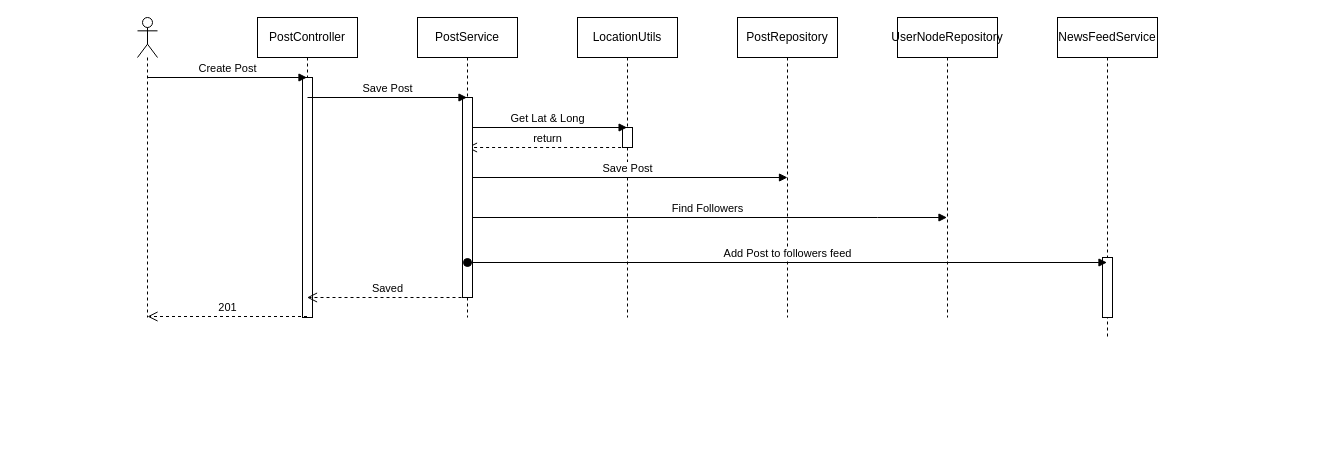
Earlier version of the draw.io diagram page "Sequence-Create-Post" (3 of 5) of docs/News-Feed.drawio (JatinDholakia/News-Feed). Source tidied: cells renumbered, new cells numbered last; positions are measured from the earlier drawing's top-left corner, leaving out a move shared by most shapes. Both pictures are drawn from the tidied source at 100%, with x=0, y=0 at pixel (137, 17).
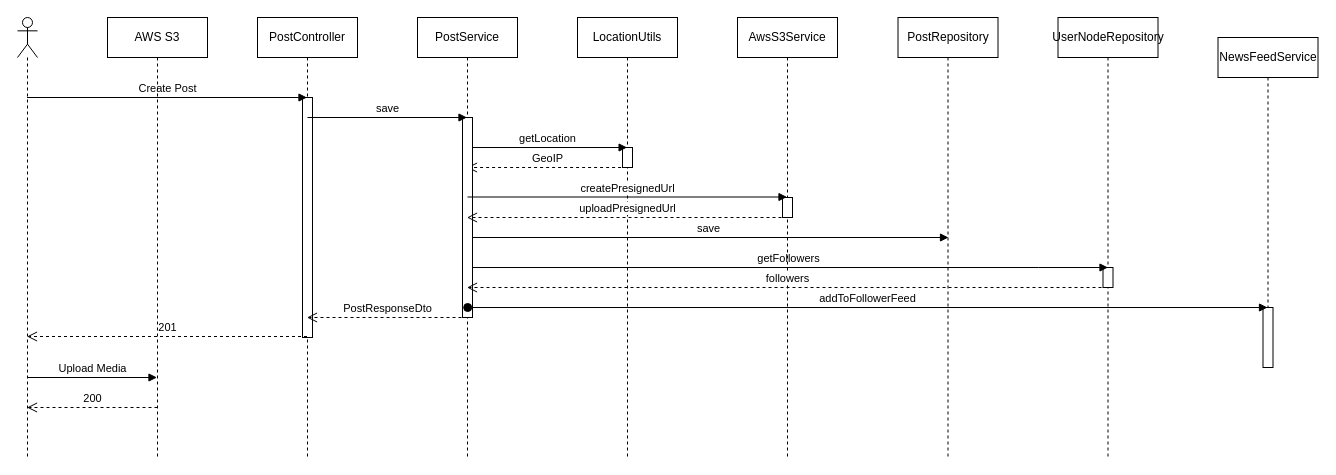
Above is the later version.

What changed in the source:
```diff
@@
     <mxCell id="2" style="shape=umlLifeline;perimeter=lifelinePerimeter;whiteSpace=wrap;html=1;outlineConnect=0;portConstraint=eastwest;newEdgeStyle={&quot;curved&quot;:0,&quot;rounded&quot;:0};participant=umlActor;" parent="1" vertex="1">
-      <mxGeometry width="20" height="300" as="geometry" />
+      <mxGeometry x="-120" width="20" height="440" as="geometry" />
     </mxCell>
     <mxCell id="3" value="PostController" style="shape=umlLifeline;perimeter=lifelinePerimeter;whiteSpace=wrap;html=1;outlineConnect=0;portConstraint=eastwest;newEdgeStyle={&quot;curved&quot;:0,&quot;rounded&quot;:0};" parent="1" vertex="1">
-      <mxGeometry x="120" width="100" height="300" as="geometry" />
+      <mxGeometry x="120" width="100" height="440" as="geometry" />
     </mxCell>
     <mxCell id="4" style="html=1;perimeter=orthogonalPerimeter;targetShapes=umlLifeline;newEdgeStyle={&quot;curved&quot;:0,&quot;rounded&quot;:0};" parent="3" vertex="1">
-      <mxGeometry x="45" y="60" width="10" height="240" as="geometry" />
+      <mxGeometry x="45" y="80" width="10" height="240" as="geometry" />
     </mxCell>
     <mxCell id="5" value="LocationUtils" style="shape=umlLifeline;perimeter=lifelinePerimeter;whiteSpace=wrap;html=1;newEdgeStyle={&quot;curved&quot;:0,&quot;rounded&quot;:0};" parent="1" vertex="1">
-      <mxGeometry x="440" width="100" height="300" as="geometry" />
+      <mxGeometry x="440" width="100" height="440" as="geometry" />
     </mxCell>
     <mxCell id="6" style="html=1;perimeter=orthogonalPerimeter;targetShapes=umlLifeline;newEdgeStyle={&quot;curved&quot;:0,&quot;rounded&quot;:0};" parent="5" vertex="1">
-      <mxGeometry x="45" y="110" width="10" height="20" as="geometry" />
+      <mxGeometry x="45" y="130" width="10" height="20" as="geometry" />
     </mxCell>
     <mxCell id="7" value="PostRepository" style="shape=umlLifeline;perimeter=lifelinePerimeter;whiteSpace=wrap;html=1;newEdgeStyle={&quot;curved&quot;:0,&quot;rounded&quot;:0};" parent="1" vertex="1">
-      <mxGeometry x="600" width="100" height="300" as="geometry" />
+      <mxGeometry x="760.5" width="100" height="440" as="geometry" />
     </mxCell>
-    <mxCell id="8" value="Create Post" style="html=1;verticalAlign=bottom;endArrow=block;curved=0;rounded=0;" parent="1" edge="1">
+    <mxCell id="8" value="Create Post" style="html=1;verticalAlign=bottom;endArrow=block;curved=0;rounded=0;" parent="1" edge="1" source="2">
       <mxGeometry relative="1" as="geometry">
-        <mxPoint x="10" y="60" as="sourcePoint" />
-        <mxPoint x="169.5" y="60" as="targetPoint" />
+        <mxPoint x="169.5" y="80" as="targetPoint" />
       </mxGeometry>
     </mxCell>
-    <mxCell id="9" value="Get Lat &amp;amp; Long" style="html=1;verticalAlign=bottom;endArrow=block;curved=0;rounded=0;" parent="1" edge="1" source="14">
+    <mxCell id="9" value="getLocation" style="html=1;verticalAlign=bottom;endArrow=block;curved=0;rounded=0;" parent="1" edge="1">
       <mxGeometry relative="1" as="geometry">
-        <mxPoint x="489.6" y="110" as="targetPoint" />
+        <mxPoint x="329.5" y="130" as="sourcePoint" />
+        <mxPoint x="489.6" y="130" as="targetPoint" />
       </mxGeometry>
     </mxCell>
-    <mxCell id="10" value="return" style="html=1;verticalAlign=bottom;endArrow=open;dashed=1;endSize=8;curved=0;rounded=0;" parent="1" edge="1" target="14">
+    <mxCell id="10" value="GeoIP" style="html=1;verticalAlign=bottom;endArrow=open;dashed=1;endSize=8;curved=0;rounded=0;" parent="1" edge="1">
       <mxGeometry relative="1" as="geometry">
-        <mxPoint x="489.6" y="130" as="sourcePoint" />
+        <mxPoint x="489.6" y="150" as="sourcePoint" />
+        <mxPoint x="329.5" y="150" as="targetPoint" />
       </mxGeometry>
     </mxCell>
-    <mxCell id="11" value="Save Post" style="html=1;verticalAlign=bottom;endArrow=block;curved=0;rounded=0;" parent="1" edge="1">
+    <mxCell id="11" value="save" style="html=1;verticalAlign=bottom;endArrow=block;curved=0;rounded=0;" parent="1" edge="1">
       <mxGeometry relative="1" as="geometry">
-        <mxPoint x="330" y="160" as="sourcePoint" />
-        <mxPoint x="650" y="160" as="targetPoint" />
+        <mxPoint x="329.5" y="220" as="sourcePoint" />
+        <mxPoint x="811" y="220" as="targetPoint" />
       </mxGeometry>
     </mxCell>
     <mxCell id="12" value="UserNodeRepository" style="shape=umlLifeline;perimeter=lifelinePerimeter;whiteSpace=wrap;html=1;newEdgeStyle={&quot;curved&quot;:0,&quot;rounded&quot;:0};" parent="1" vertex="1">
-      <mxGeometry x="760" width="100" height="300" as="geometry" />
+      <mxGeometry x="920.5" width="100" height="440" as="geometry" />
     </mxCell>
+    <mxCell id="22" style="html=1;perimeter=orthogonalPerimeter;targetShapes=umlLifeline;newEdgeStyle={&quot;curved&quot;:0,&quot;rounded&quot;:0};" parent="12" vertex="1">
+      <mxGeometry x="45" y="250" width="10" height="20" as="geometry" />
+    </mxCell>
-    <mxCell id="13" value="Find Followers" style="html=1;verticalAlign=bottom;endArrow=block;curved=0;rounded=0;" parent="1" edge="1">
+    <mxCell id="13" value="getFollowers" style="html=1;verticalAlign=bottom;endArrow=block;curved=0;rounded=0;" parent="1" edge="1">
       <mxGeometry relative="1" as="geometry">
-        <mxPoint x="329.5" y="200" as="sourcePoint" />
-        <mxPoint x="809.5" y="200" as="targetPoint" />
+        <mxPoint x="329.5" y="250" as="sourcePoint" />
+        <mxPoint x="970.5" y="250" as="targetPoint" />
         <Array as="points">
-          <mxPoint x="740" y="200" />
+          <mxPoint x="901" y="250" />
         </Array>
       </mxGeometry>
     </mxCell>
     <mxCell id="14" value="PostService" style="shape=umlLifeline;perimeter=lifelinePerimeter;whiteSpace=wrap;html=1;outlineConnect=0;portConstraint=eastwest;newEdgeStyle={&quot;curved&quot;:0,&quot;rounded&quot;:0};" parent="1" vertex="1">
-      <mxGeometry x="280" width="100" height="300" as="geometry" />
+      <mxGeometry x="280" width="100" height="440" as="geometry" />
     </mxCell>
-    <mxCell id="15" style="html=1;perimeter=orthogonalPerimeter;targetShapes=umlLifeline;newEdgeStyle={&quot;curved&quot;:0,&quot;rounded&quot;:0};" parent="14" vertex="1">
-      <mxGeometry x="45" y="80" width="10" height="200" as="geometry" />
-    </mxCell>
+    <mxCell id="23" style="html=1;perimeter=orthogonalPerimeter;targetShapes=umlLifeline;newEdgeStyle={&quot;curved&quot;:0,&quot;rounded&quot;:0};" parent="14" vertex="1">
+      <mxGeometry x="45" y="100" width="10" height="200" as="geometry" />
+    </mxCell>
-    <mxCell id="16" value="Save Post" style="html=1;verticalAlign=bottom;endArrow=block;curved=0;rounded=0;" parent="1" edge="1" target="14">
+    <mxCell id="16" value="save" style="html=1;verticalAlign=bottom;endArrow=block;curved=0;rounded=0;" parent="1" edge="1">
       <mxGeometry relative="1" as="geometry">
-        <mxPoint x="170" y="80" as="sourcePoint" />
+        <mxPoint x="170" y="100" as="sourcePoint" />
+        <mxPoint x="329.5" y="100" as="targetPoint" />
       </mxGeometry>
     </mxCell>
     <mxCell id="17" value="NewsFeedService" style="shape=umlLifeline;perimeter=lifelinePerimeter;whiteSpace=wrap;html=1;outlineConnect=0;portConstraint=eastwest;newEdgeStyle={&quot;curved&quot;:0,&quot;rounded&quot;:0};" parent="1" vertex="1">
-      <mxGeometry x="920" width="100" height="320" as="geometry" />
+      <mxGeometry x="1080.5" y="20" width="100" height="320" as="geometry" />
     </mxCell>
     <mxCell id="18" style="html=1;perimeter=orthogonalPerimeter;targetShapes=umlLifeline;newEdgeStyle={&quot;curved&quot;:0,&quot;rounded&quot;:0};" parent="17" vertex="1">
-      <mxGeometry x="45" y="240" width="10" height="60" as="geometry" />
+      <mxGeometry x="45" y="270" width="10" height="60" as="geometry" />
     </mxCell>
-    <mxCell id="19" value="Add Post to followers feed" style="html=1;verticalAlign=bottom;startArrow=oval;endArrow=block;startSize=8;curved=0;rounded=0;" parent="1" edge="1" target="17">
+    <mxCell id="19" value="addToFollowerFeed" style="html=1;verticalAlign=bottom;startArrow=oval;endArrow=block;startSize=8;curved=0;rounded=0;" parent="1" edge="1" target="17">
       <mxGeometry relative="1" as="geometry">
-        <mxPoint x="330" y="245" as="sourcePoint" />
+        <mxPoint x="330.2" y="290" as="sourcePoint" />
       </mxGeometry>
     </mxCell>
-    <mxCell id="20" value="Saved" style="html=1;verticalAlign=bottom;endArrow=open;dashed=1;endSize=8;curved=0;rounded=0;" parent="1" edge="1" target="3">
+    <mxCell id="20" value="PostResponseDto" style="html=1;verticalAlign=bottom;endArrow=open;dashed=1;endSize=8;curved=0;rounded=0;" parent="1" edge="1">
       <mxGeometry relative="1" as="geometry">
-        <mxPoint x="330" y="280" as="sourcePoint" />
+        <mxPoint x="330" y="300" as="sourcePoint" />
+        <mxPoint x="169.5" y="300" as="targetPoint" />
       </mxGeometry>
     </mxCell>
-    <mxCell id="21" value="201" style="html=1;verticalAlign=bottom;endArrow=open;dashed=1;endSize=8;curved=0;rounded=0;" parent="1" edge="1" source="3">
+    <mxCell id="21" value="201" style="html=1;verticalAlign=bottom;endArrow=open;dashed=1;endSize=8;curved=0;rounded=0;" parent="1" edge="1" target="2">
       <mxGeometry relative="1" as="geometry">
-        <mxPoint x="10" y="299" as="targetPoint" />
+        <mxPoint x="169.5" y="319" as="sourcePoint" />
       </mxGeometry>
     </mxCell>
+    <mxCell id="24" value="AwsS3Service" style="shape=umlLifeline;perimeter=lifelinePerimeter;whiteSpace=wrap;html=1;newEdgeStyle={&quot;curved&quot;:0,&quot;rounded&quot;:0};" parent="1" vertex="1">
+      <mxGeometry x="600" width="100" height="440" as="geometry" />
+    </mxCell>
+    <mxCell id="25" style="html=1;perimeter=orthogonalPerimeter;targetShapes=umlLifeline;newEdgeStyle={&quot;curved&quot;:0,&quot;rounded&quot;:0};" parent="24" vertex="1">
+      <mxGeometry x="45" y="180" width="10" height="20" as="geometry" />
+    </mxCell>
+    <mxCell id="26" value="createPresignedUrl" style="html=1;verticalAlign=bottom;endArrow=block;curved=0;rounded=0;" parent="1" edge="1">
+      <mxGeometry relative="1" as="geometry">
+        <mxPoint x="330" y="179.5" as="sourcePoint" />
+        <mxPoint x="649.5" y="179.5" as="targetPoint" />
+      </mxGeometry>
+    </mxCell>
+    <mxCell id="27" value="uploadPresignedUrl" style="html=1;verticalAlign=bottom;endArrow=open;dashed=1;endSize=8;curved=0;rounded=0;" parent="1" edge="1">
+      <mxGeometry relative="1" as="geometry">
+        <mxPoint x="650" y="200" as="sourcePoint" />
+        <mxPoint x="329.5" y="200" as="targetPoint" />
+      </mxGeometry>
+    </mxCell>
+    <mxCell id="28" value="followers" style="html=1;verticalAlign=bottom;endArrow=open;dashed=1;endSize=8;curved=0;rounded=0;" parent="1" edge="1">
+      <mxGeometry relative="1" as="geometry">
+        <mxPoint x="970" y="270" as="sourcePoint" />
+        <mxPoint x="329.5" y="270" as="targetPoint" />
+      </mxGeometry>
+    </mxCell>
+    <mxCell id="29" value="AWS S3" style="shape=umlLifeline;perimeter=lifelinePerimeter;whiteSpace=wrap;html=1;outlineConnect=0;portConstraint=eastwest;newEdgeStyle={&quot;curved&quot;:0,&quot;rounded&quot;:0};" parent="1" vertex="1">
+      <mxGeometry x="-30" width="100" height="440" as="geometry" />
+    </mxCell>
+    <mxCell id="30" value="Upload Media" style="html=1;verticalAlign=bottom;endArrow=block;curved=0;rounded=0;" parent="1" edge="1" target="29">
+      <mxGeometry relative="1" as="geometry">
+        <mxPoint x="-110" y="360" as="sourcePoint" />
+      </mxGeometry>
+    </mxCell>
+    <mxCell id="31" value="200" style="html=1;verticalAlign=bottom;endArrow=open;dashed=1;endSize=8;curved=0;rounded=0;" parent="1" edge="1" target="2">
+      <mxGeometry relative="1" as="geometry">
+        <mxPoint x="20" y="390" as="sourcePoint" />
+      </mxGeometry>
+    </mxCell>
```
